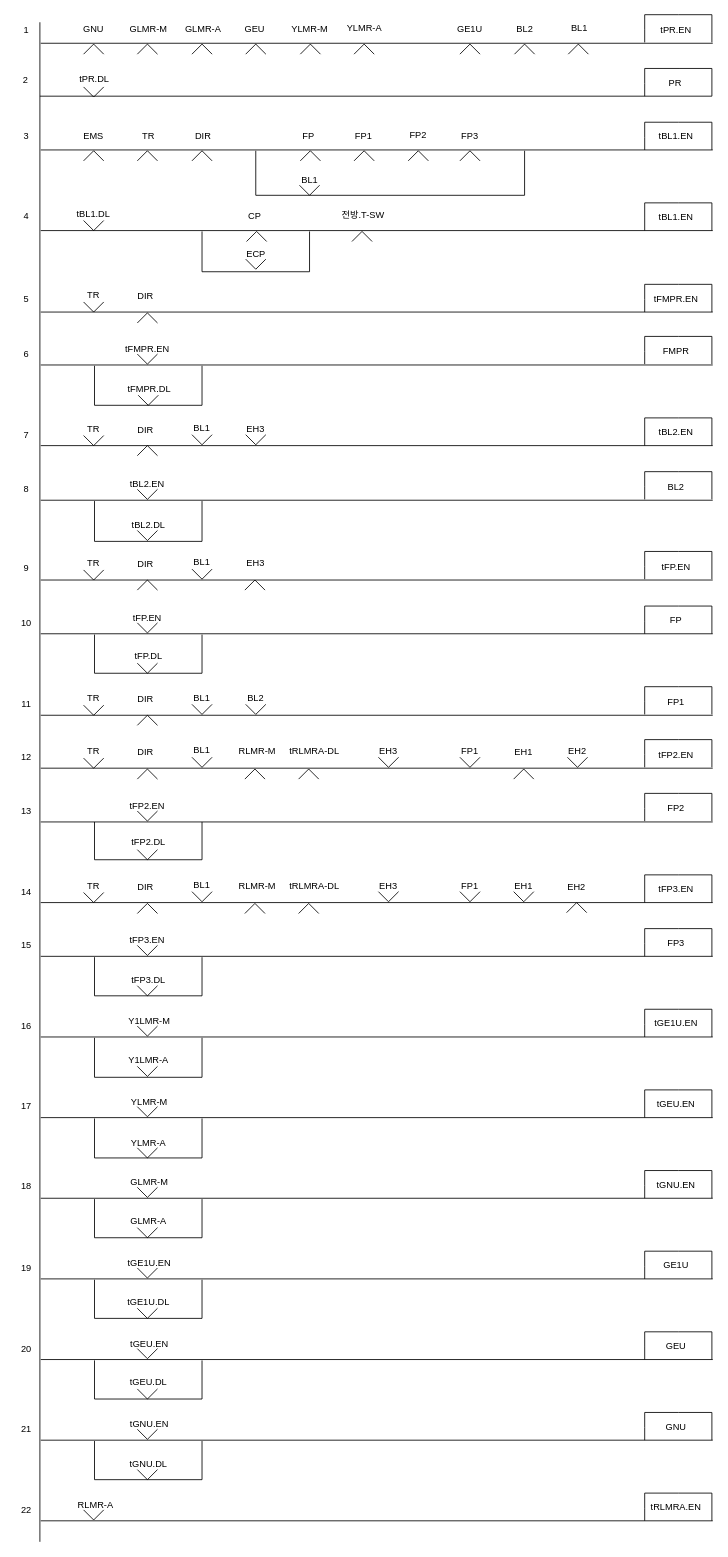
Earlier version of the draw.io diagram page "신호제어로직" (1 of 2) of Untitled Diagram.drawio (chillin2/MyDraw.io). Source tidied: cells renumbered, new cells numbered last; positions are measured from the earlier drawing's top-left corner, leaving out a move shared by most shapes. Both pictures are drawn from the tidied source at 84%, with x=0, y=0 at pixel (14, 14).
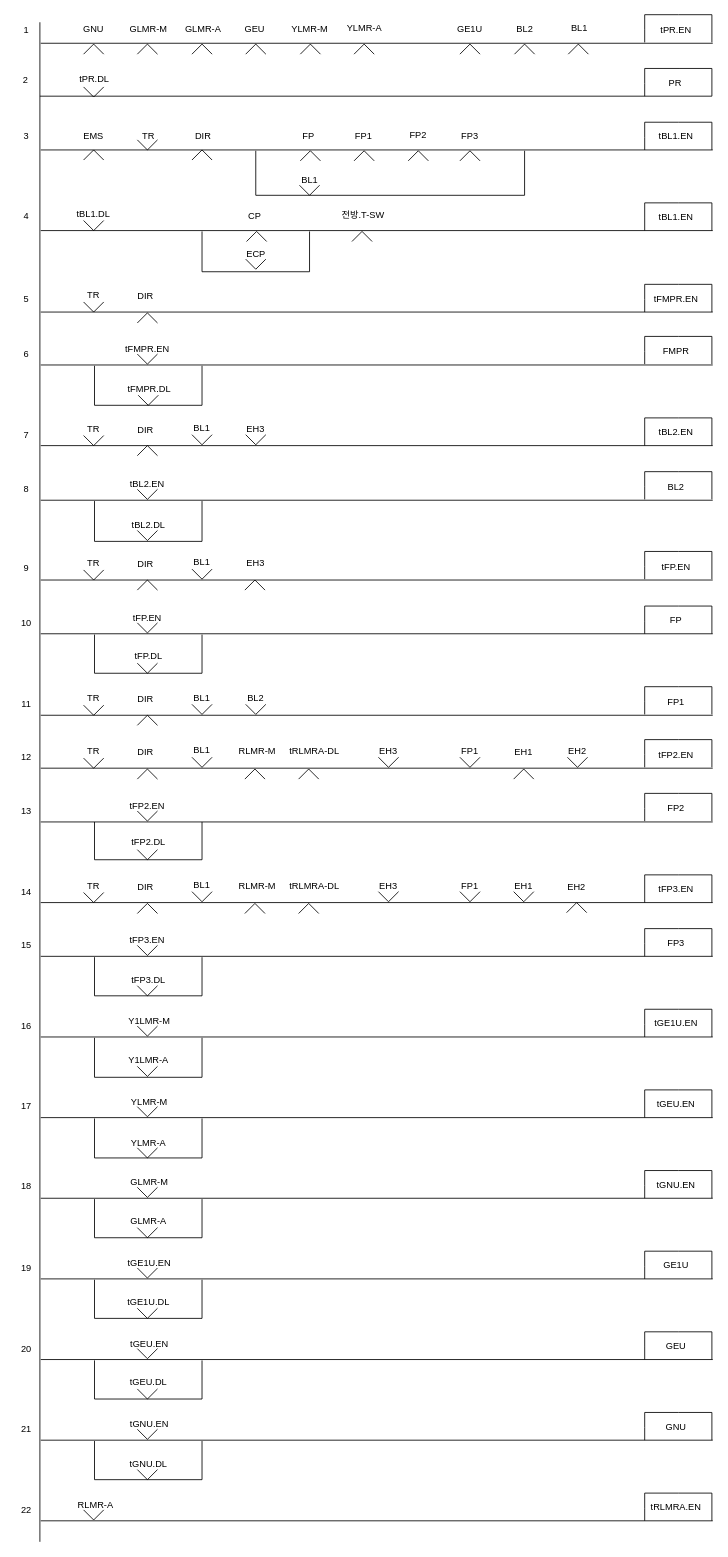
The same diagram, later.

What changed in the source:
```diff
@@
     <mxCell id="32" style="verticalLabelPosition=bottom;html=1;verticalAlign=top;align=center;shape=mxgraph.floorplan.windowBow;strokeWidth=1;direction=west;" parent="1" vertex="1">
-      <mxGeometry x="82" y="144" width="24" height="48" as="geometry" />
+      <mxGeometry x="82" y="143" width="24" height="48" as="geometry" />
     </mxCell>
@@
-    <mxCell id="34" style="verticalLabelPosition=bottom;html=1;verticalAlign=top;align=center;shape=mxgraph.floorplan.windowBow;strokeWidth=1;direction=west;" parent="1" vertex="1">
-      <mxGeometry x="146" y="144" width="24" height="48" as="geometry" />
+    <mxCell id="34" style="verticalLabelPosition=bottom;html=1;verticalAlign=top;align=center;shape=mxgraph.floorplan.windowBow;strokeWidth=1;direction=east;" parent="1" vertex="1">
+      <mxGeometry x="146" y="131" width="24" height="48" as="geometry" />
     </mxCell>
     <mxCell id="35" style="verticalLabelPosition=bottom;html=1;verticalAlign=top;align=center;shape=mxgraph.floorplan.windowBow;strokeWidth=1;direction=west;" parent="1" vertex="1">
-      <mxGeometry x="211" y="144" width="24" height="48" as="geometry" />
+      <mxGeometry x="211" y="143" width="24" height="48" as="geometry" />
     </mxCell>
```
